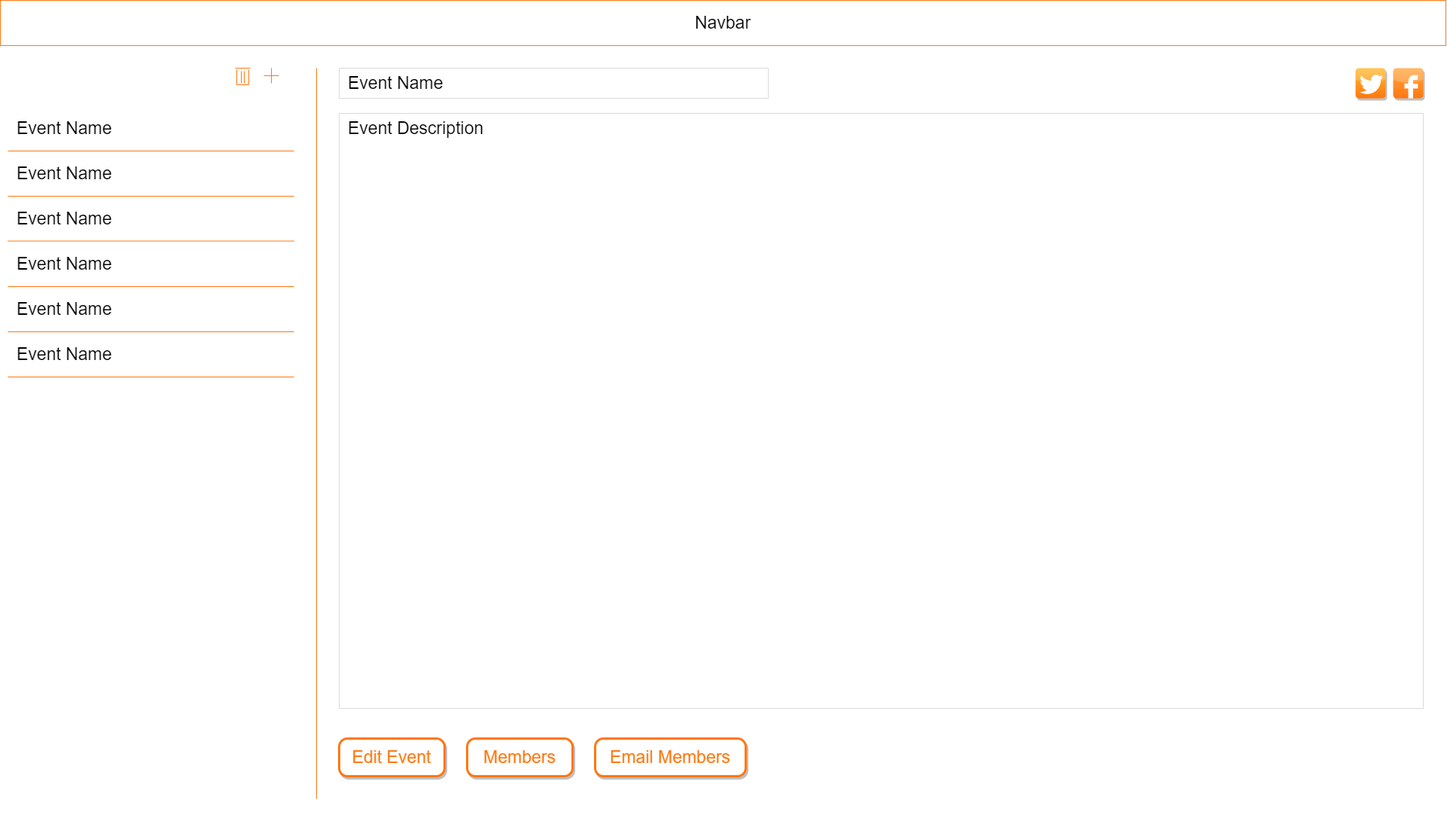
Before: client/mockup designs/myEvents Page Mockup.png, a diagram exported from draw.io (MuazAlhaidar/BeeHive). Source tidied: cells renumbered, new cells last; positions are measured from the earlier drawing's top-left corner, leaving out a move shared by most shapes.
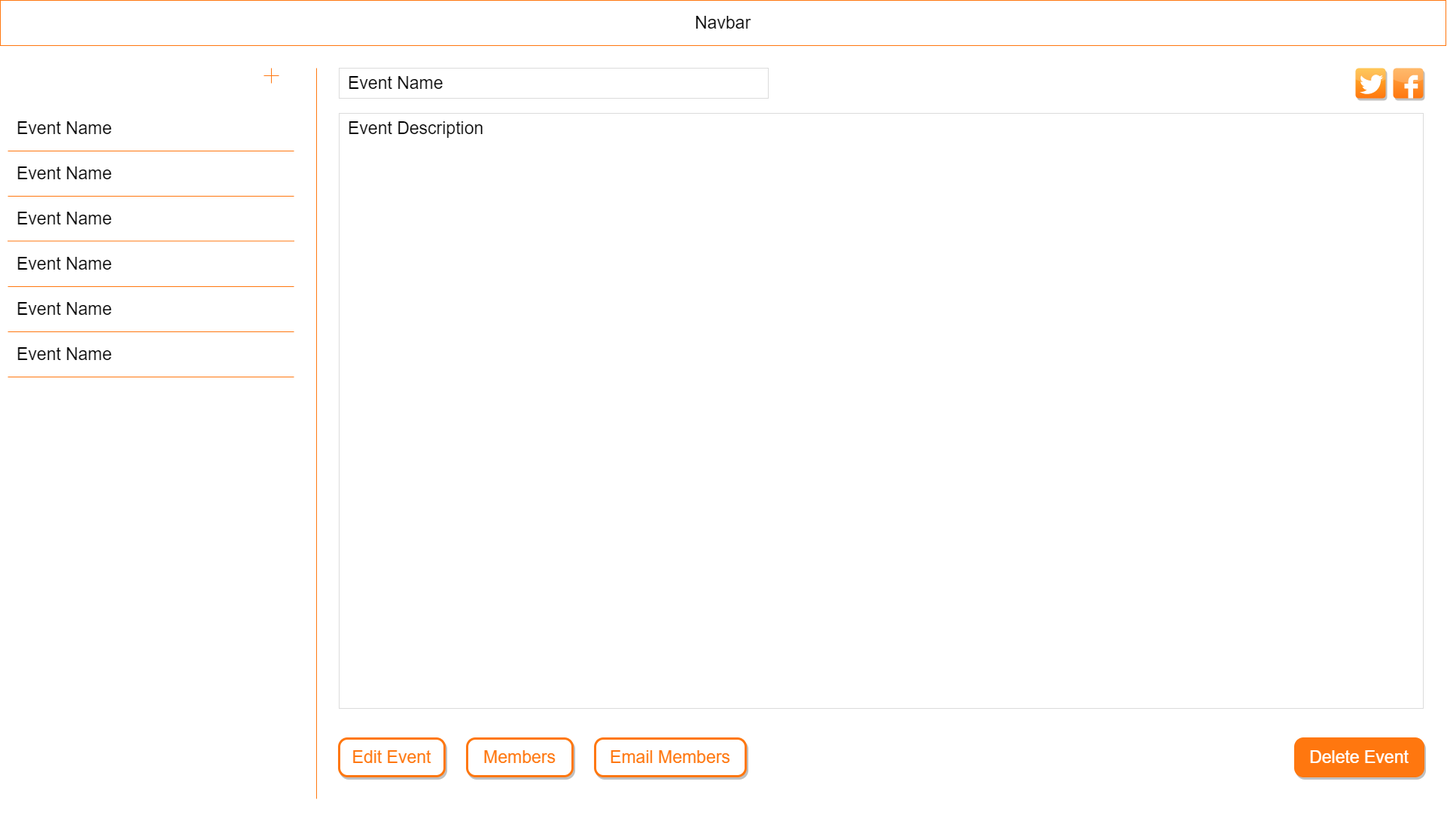
The same file after the commit.

Commit message:
Added delete button to mockups

Benefits:
- this design will help minimize user error

Diff of the diagram source:
```diff
@@ -86,45 +86,6 @@
     <mxCell id="22" style="dashed=0;html=1;align=center;labelPosition=center;verticalLabelPosition=bottom;verticalAlign=top;shape=mxgraph.webicons.twitter;rounded=1;shadow=1;labelBackgroundColor=none;strokeColor=#000000;strokeWidth=3;fontSize=23;fontColor=#FFFFFF;fillColor=#FFB92E;gradientColor=#FF770F;" parent="3" vertex="1">
       <mxGeometry x="1800" y="90" width="40" height="40" as="geometry" />
     </mxCell>
-    <mxCell id="23" style="group;" parent="3" vertex="1">
-      <mxGeometry x="312" y="90" width="20" height="22" as="geometry" />
-    </mxCell>
-    <mxCell id="24" style="endArrow=none;html=1;strokeColor=#FF770F;" parent="23" edge="1">
-      <mxGeometry x="-2" as="geometry">
-        <mxPoint x="2" y="22" as="sourcePoint" />
-        <mxPoint x="18" y="22" as="targetPoint" />
-      </mxGeometry>
-    </mxCell>
-    <mxCell id="25" style="endArrow=none;html=1;strokeColor=#FF770F;" parent="23" edge="1">
-      <mxGeometry as="geometry">
-        <mxPoint x="2" y="2" as="sourcePoint" />
-        <mxPoint x="2" y="22" as="targetPoint" />
-      </mxGeometry>
-    </mxCell>
-    <mxCell id="26" style="endArrow=none;html=1;strokeColor=#FF770F;" parent="23" edge="1">
-      <mxGeometry x="-4" as="geometry">
-        <mxPoint x="18" y="2" as="sourcePoint" />
-        <mxPoint x="18" y="22" as="targetPoint" />
-      </mxGeometry>
-    </mxCell>
-    <mxCell id="27" style="endArrow=none;html=1;strokeColor=#FF770F;" parent="23" edge="1">
-      <mxGeometry x="-2" as="geometry">
-        <mxPoint as="sourcePoint" />
-        <mxPoint x="20" as="targetPoint" />
-      </mxGeometry>
-    </mxCell>
-    <mxCell id="28" style="endArrow=none;html=1;strokeColor=#FF770F;" parent="23" edge="1">
-      <mxGeometry x="-2" as="geometry">
-        <mxPoint x="8" y="4" as="sourcePoint" />
-        <mxPoint x="8" y="20" as="targetPoint" />
-      </mxGeometry>
-    </mxCell>
-    <mxCell id="29" style="endArrow=none;html=1;strokeColor=#FF770F;" parent="23" edge="1">
-      <mxGeometry x="-2" as="geometry">
-        <mxPoint x="12" y="4" as="sourcePoint" />
-        <mxPoint x="12" y="20" as="targetPoint" />
-      </mxGeometry>
-    </mxCell>
     <mxCell id="30" value="Edit Panel" parent="0" />
     <mxCell id="31" style="endArrow=none;html=1;strokeColor=#FF770F;fontSize=23;" parent="30" edge="1">
       <mxGeometry relative="1" as="geometry">
@@ -147,5 +108,8 @@
     <mxCell id="36" value="Email Members" style="rounded=1;whiteSpace=wrap;html=1;fontSize=23;align=center;arcSize=22;strokeColor=#FF770F;fillColor=#FFFFFF;strokeWidth=3;fontColor=#FF770F;labelBorderColor=none;labelBackgroundColor=none;shadow=1;" parent="30" vertex="1">
       <mxGeometry x="790" y="980" width="200" height="50" as="geometry" />
     </mxCell>
+    <mxCell id="37" value="Delete Event" style="rounded=1;whiteSpace=wrap;html=1;fontSize=23;align=center;arcSize=22;strokeColor=#FF770F;strokeWidth=3;labelBorderColor=none;labelBackgroundColor=none;shadow=1;fillColor=#FF770F;fontColor=#FFFFFF;" parent="30" vertex="1">
+      <mxGeometry x="1720" y="980" width="170" height="50" as="geometry" />
+    </mxCell>
   </root>
 </mxGraphModel>
```
